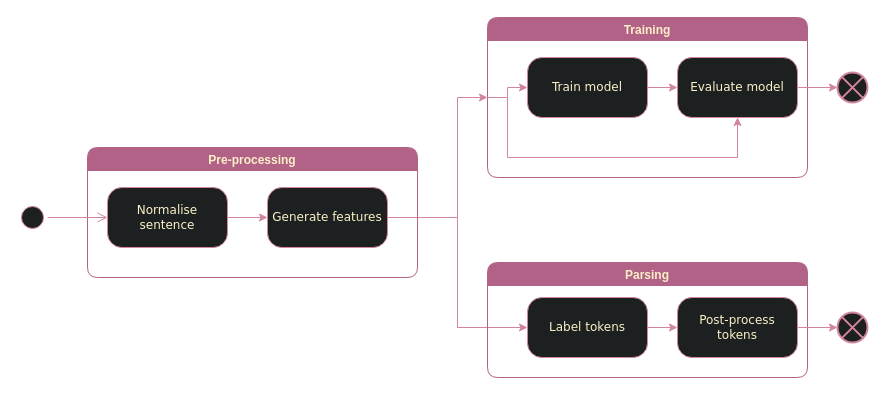
Earlier version of the draw.io diagram page "pipelines" (1 of 2) of docs/source/_static/pipelines.drawio (strangetom/ingredient-parser). Source tidied: cells renumbered, new cells numbered last; positions are measured from the earlier drawing's top-left corner, leaving out a move shared by most shapes. Both pictures are drawn from the tidied source at 100%, with x=0, y=0 at pixel (17, 17).
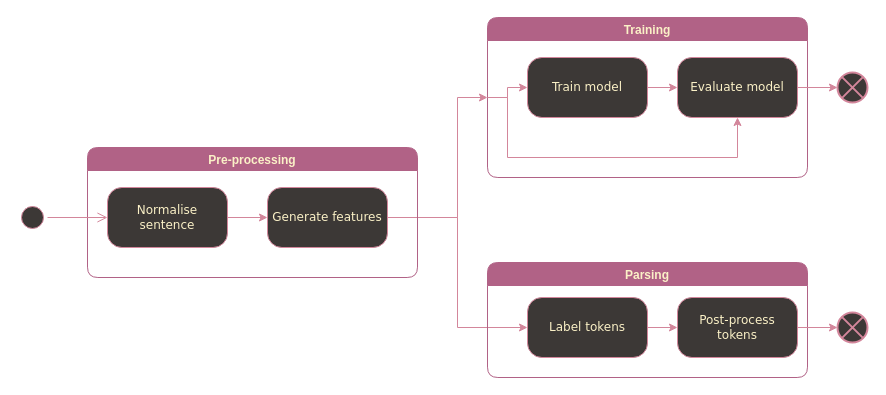
The same diagram, later.

Commit message (it also covers changes not shown here):
Docs: Improve explanation of NAME post-processing.

The change refers to these unchanged cells:
```xml
<mxCell id="7" value="Training" style="swimlane;rounded=1;fillColor=#b16286;strokeColor=#B16286;fontColor=#fbf1c7;" parent="1" vertex="1">
  <mxGeometry x="470" width="320" height="160" as="geometry" />
</mxCell>
<mxCell id="14" value="Parsing" style="swimlane;rounded=1;fillColor=#b16286;strokeColor=#B16286;fontColor=#fbf1c7;" parent="1" vertex="1">
  <mxGeometry x="470" y="245" width="320" height="115" as="geometry" />
</mxCell>
```

What changed in the source:
```diff
@@
-    <mxCell id="3" value="Normalise sentence" style="rounded=1;whiteSpace=wrap;html=1;arcSize=24;fillColor=#1d2021;strokeColor=#d3869b;shadow=0;comic=0;labelBackgroundColor=none;fontFamily=Verdana;fontSize=12;fontColor=#fbf1c7;align=center;" parent="1" vertex="1">
+    <mxCell id="3" value="Normalise sentence" style="rounded=1;whiteSpace=wrap;html=1;arcSize=24;fillColor=#3C3836;strokeColor=#d3869b;shadow=0;comic=0;labelBackgroundColor=none;fontFamily=Verdana;fontSize=12;fontColor=#fbf1c7;align=center;" parent="1" vertex="1">
       <mxGeometry x="90" y="170" width="120" height="60" as="geometry" />
     </mxCell>
@@
-    <mxCell id="6" value="Generate features" style="rounded=1;whiteSpace=wrap;html=1;arcSize=24;fillColor=#1d2021;strokeColor=#d3869b;shadow=0;comic=0;labelBackgroundColor=none;fontFamily=Verdana;fontSize=12;fontColor=#fbf1c7;align=center;" parent="1" vertex="1">
+    <mxCell id="6" value="Generate features" style="rounded=1;whiteSpace=wrap;html=1;arcSize=24;fillColor=#3C3836;strokeColor=#d3869b;shadow=0;comic=0;labelBackgroundColor=none;fontFamily=Verdana;fontSize=12;fontColor=#fbf1c7;align=center;" parent="1" vertex="1">
       <mxGeometry x="250" y="170" width="120" height="60" as="geometry" />
     </mxCell>
@@
-    <mxCell id="8" value="Evaluate model" style="rounded=1;whiteSpace=wrap;html=1;arcSize=24;fillColor=#1d2021;strokeColor=#d3869b;shadow=0;comic=0;labelBackgroundColor=none;fontFamily=Verdana;fontSize=12;fontColor=#fbf1c7;align=center;" parent="7" vertex="1">
+    <mxCell id="8" value="Evaluate model" style="rounded=1;whiteSpace=wrap;html=1;arcSize=24;fillColor=#3C3836;strokeColor=#d3869b;shadow=0;comic=0;labelBackgroundColor=none;fontFamily=Verdana;fontSize=12;fontColor=#fbf1c7;align=center;" parent="7" vertex="1">
       <mxGeometry x="190" y="40" width="120" height="60" as="geometry" />
     </mxCell>
@@
-    <mxCell id="10" value="Train model" style="rounded=1;whiteSpace=wrap;html=1;arcSize=24;fillColor=#1d2021;strokeColor=#d3869b;shadow=0;comic=0;labelBackgroundColor=none;fontFamily=Verdana;fontSize=12;fontColor=#fbf1c7;align=center;" parent="7" vertex="1">
+    <mxCell id="10" value="Train model" style="rounded=1;whiteSpace=wrap;html=1;arcSize=24;fillColor=#3C3836;strokeColor=#d3869b;shadow=0;comic=0;labelBackgroundColor=none;fontFamily=Verdana;fontSize=12;fontColor=#fbf1c7;align=center;" parent="7" vertex="1">
       <mxGeometry x="40" y="40" width="120" height="60" as="geometry" />
     </mxCell>
@@
-    <mxCell id="15" value="Post-process tokens" style="rounded=1;whiteSpace=wrap;html=1;arcSize=24;fillColor=#1d2021;strokeColor=#d3869b;shadow=0;comic=0;labelBackgroundColor=none;fontFamily=Verdana;fontSize=12;fontColor=#fbf1c7;align=center;" parent="14" vertex="1">
+    <mxCell id="15" value="Post-process tokens" style="rounded=1;whiteSpace=wrap;html=1;arcSize=24;fillColor=#3C3836;strokeColor=#d3869b;shadow=0;comic=0;labelBackgroundColor=none;fontFamily=Verdana;fontSize=12;fontColor=#fbf1c7;align=center;" parent="14" vertex="1">
       <mxGeometry x="190" y="35" width="120" height="60" as="geometry" />
     </mxCell>
@@
-    <mxCell id="17" value="Label tokens" style="rounded=1;whiteSpace=wrap;html=1;arcSize=24;fillColor=#1d2021;strokeColor=#d3869b;shadow=0;comic=0;labelBackgroundColor=none;fontFamily=Verdana;fontSize=12;fontColor=#fbf1c7;align=center;" parent="14" vertex="1">
+    <mxCell id="17" value="Label tokens" style="rounded=1;whiteSpace=wrap;html=1;arcSize=24;fillColor=#3C3836;strokeColor=#d3869b;shadow=0;comic=0;labelBackgroundColor=none;fontFamily=Verdana;fontSize=12;fontColor=#fbf1c7;align=center;" parent="14" vertex="1">
       <mxGeometry x="40" y="35" width="120" height="60" as="geometry" />
     </mxCell>
-    <mxCell id="18" style="ellipse;html=1;shape=startState;fillColor=#1d2021;strokeColor=#d3869b;shadow=0;" parent="1" vertex="1">
+    <mxCell id="18" style="ellipse;html=1;shape=startState;fillColor=#3C3836;strokeColor=#d3869b;shadow=0;" parent="1" vertex="1">
       <mxGeometry y="185" width="30" height="30" as="geometry" />
     </mxCell>
@@
-    <mxCell id="21" style="html=1;shape=mxgraph.sysml.flowFinal;strokeWidth=2;verticalLabelPosition=bottom;verticalAlignment=top;strokeColor=#d3869b;fillColor=#1d2021;" parent="1" vertex="1">
+    <mxCell id="21" style="html=1;shape=mxgraph.sysml.flowFinal;strokeWidth=2;verticalLabelPosition=bottom;verticalAlignment=top;strokeColor=#d3869b;fillColor=#3C3836;" parent="1" vertex="1">
       <mxGeometry x="820" y="295" width="30" height="30" as="geometry" />
     </mxCell>
@@
-    <mxCell id="23" style="html=1;shape=mxgraph.sysml.flowFinal;strokeWidth=2;verticalLabelPosition=bottom;verticalAlignment=top;strokeColor=#d3869b;fillColor=#1d2021;" parent="1" vertex="1">
+    <mxCell id="23" style="html=1;shape=mxgraph.sysml.flowFinal;strokeWidth=2;verticalLabelPosition=bottom;verticalAlignment=top;strokeColor=#d3869b;fillColor=#3C3836;" parent="1" vertex="1">
       <mxGeometry x="820" y="55" width="30" height="30" as="geometry" />
     </mxCell>
```
